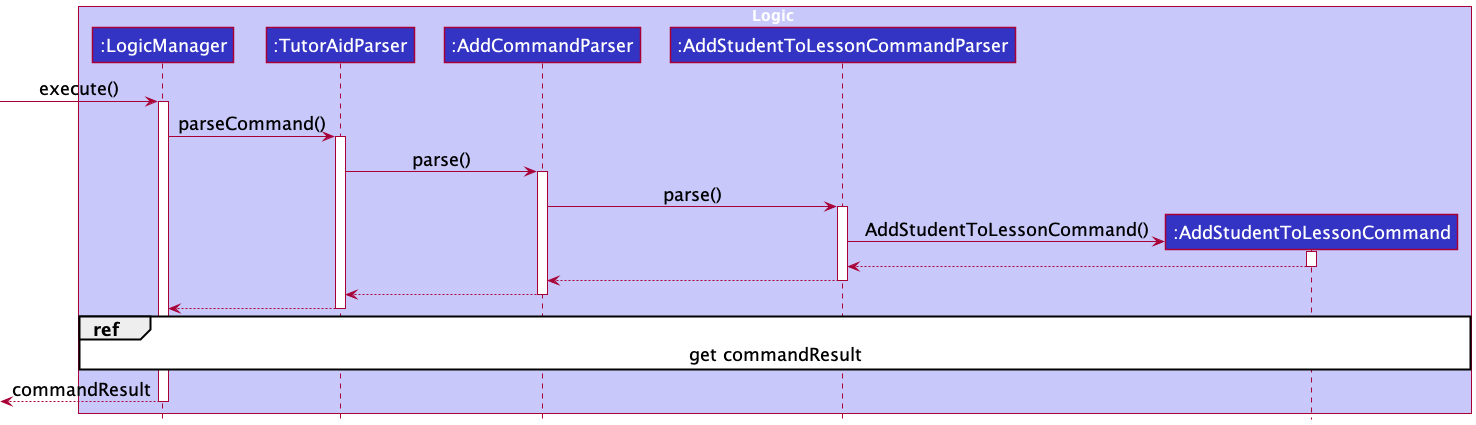
This is docs/images/ParseAddStudentToLessonCommandSequenceDiagram.png from nus-cs2103-AY2122S1/tp, a PlantUML export, as it was before one commit.
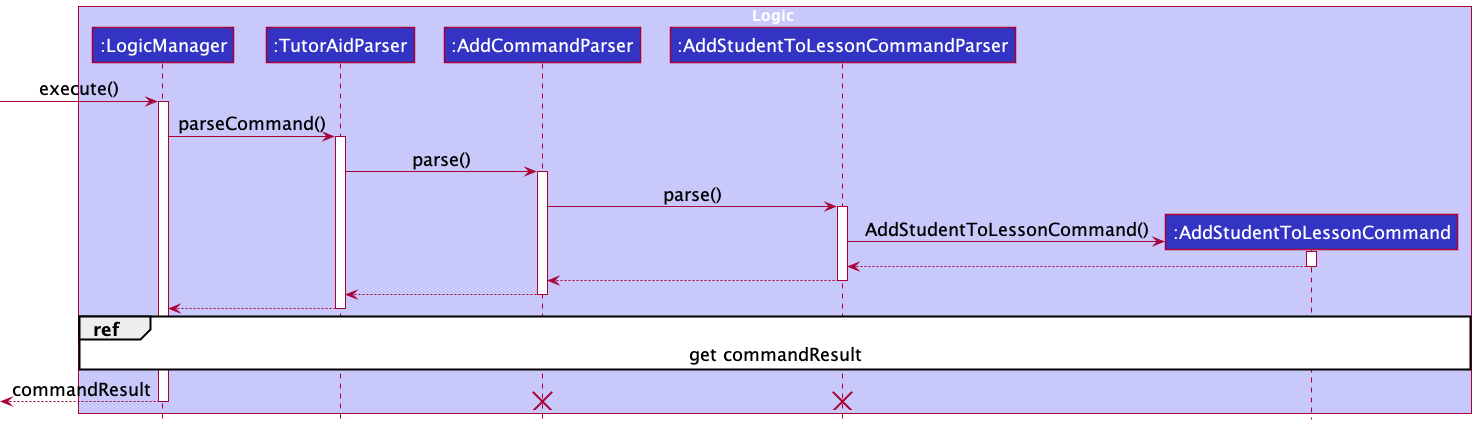
Above is the later version.

Commit message:
Add destroy markers for other diagrams

Change to the diagram source:
```diff
@@ -44,4 +44,9 @@
 ref over LogicManager, AddStudentToLessonCommand : get commandResult
 <-- LogicManager : commandResult
 deactivate LogicManager
+
+destroy AddStudentToLessonCommandParser
+
+destroy AddCommandParser
+
 @enduml
```
